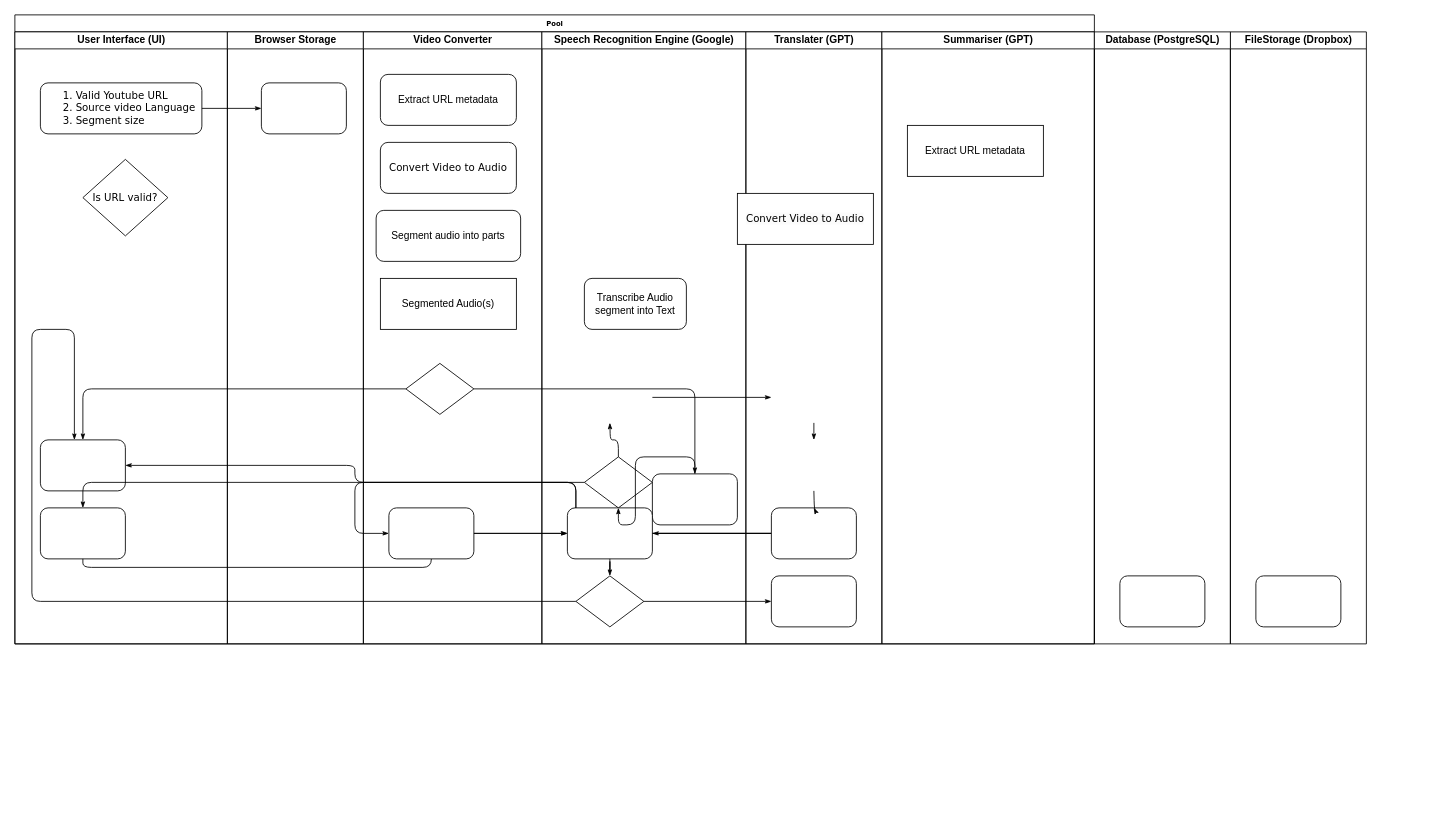
anuragkandulna/text-gpt keeps this draw.io diagram as Flowchart.drawio. Above is the earlier version. Source tidied: cells renumbered, new cells numbered last; positions are measured from the earlier drawing's top-left corner, leaving out a move shared by most shapes. Both pictures are drawn from the tidied source at 85%, with x=0, y=0 at pixel (14, 14).
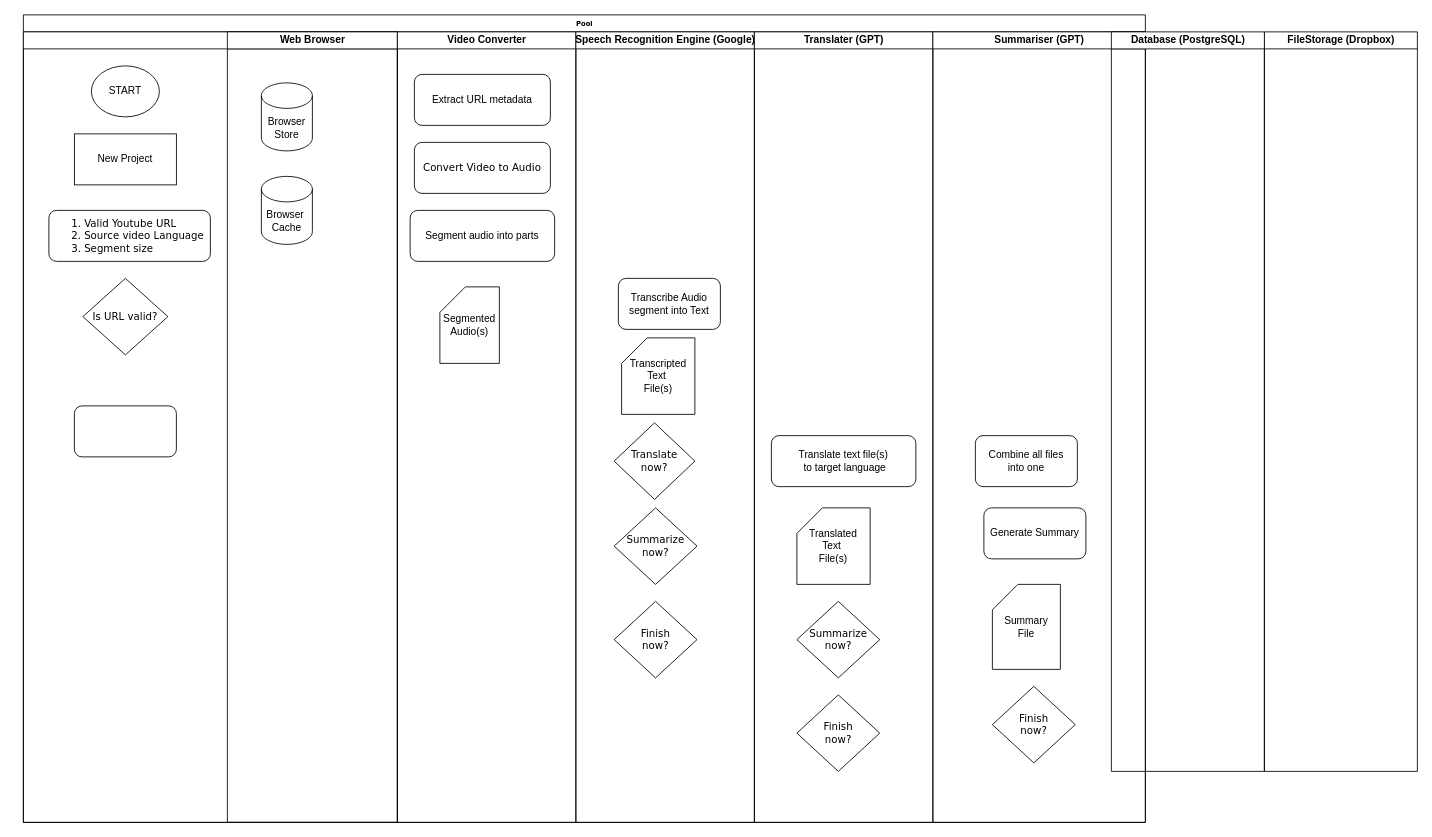
After the change.

What changed in the source:
```diff
@@
     <mxCell id="2" value="Pool" style="swimlane;html=1;startSize=20;rounded=0;shadow=0;labelBackgroundColor=none;strokeWidth=1;fontFamily=Verdana;fontSize=8;align=center;" parent="1" vertex="1">
-      <mxGeometry width="1270" height="740" as="geometry" />
+      <mxGeometry x="10" width="1320" height="950" as="geometry" />
     </mxCell>
-    <mxCell id="3" value="User Interface (UI)" style="swimlane;html=1;startSize=20;" parent="2" vertex="1">
-      <mxGeometry y="20" width="250" height="720" as="geometry" />
+    <mxCell id="3" style="swimlane;html=1;startSize=20;" parent="2" vertex="1">
+      <mxGeometry y="20" width="440" height="930" as="geometry" />
     </mxCell>
     <mxCell id="4" value="&lt;ol style=&quot;font-size: 12px;&quot;&gt;&lt;li&gt;&lt;span style=&quot;&quot;&gt;Valid Youtube URL&lt;/span&gt;&lt;br&gt;&lt;/li&gt;&lt;li style=&quot;&quot;&gt;Source video Language&lt;/li&gt;&lt;li style=&quot;&quot;&gt;Segment size&lt;/li&gt;&lt;/ol&gt;" style="rounded=1;whiteSpace=wrap;html=1;shadow=0;labelBackgroundColor=none;strokeWidth=1;fontFamily=Verdana;fontSize=14;align=left;" parent="3" vertex="1">
-      <mxGeometry x="30" y="60" width="190" height="60" as="geometry" />
+      <mxGeometry x="30" y="210" width="190" height="60" as="geometry" />
     </mxCell>
-    <mxCell id="5" style="rounded=1;whiteSpace=wrap;html=1;shadow=0;labelBackgroundColor=none;strokeWidth=1;fontFamily=Verdana;fontSize=8;align=center;" parent="3" vertex="1">
-      <mxGeometry x="30" y="480" width="100" height="60" as="geometry" />
-    </mxCell>
-    <mxCell id="6" style="rounded=1;whiteSpace=wrap;html=1;shadow=0;labelBackgroundColor=none;strokeWidth=1;fontFamily=Verdana;fontSize=8;align=center;" parent="3" vertex="1">
-      <mxGeometry x="30" y="560" width="100" height="60" as="geometry" />
-    </mxCell>
     <mxCell id="7" value="Is URL valid?" style="rhombus;whiteSpace=wrap;html=1;rounded=0;shadow=0;labelBackgroundColor=none;strokeWidth=1;fontFamily=Verdana;fontSize=12;align=center;" parent="3" vertex="1">
-      <mxGeometry x="80" y="150" width="100" height="90" as="geometry" />
+      <mxGeometry x="70" y="290" width="100" height="90" as="geometry" />
     </mxCell>
-    <mxCell id="8" style="edgeStyle=orthogonalEdgeStyle;rounded=1;html=1;labelBackgroundColor=none;startArrow=none;startFill=0;startSize=5;endArrow=classicThin;endFill=1;endSize=5;jettySize=auto;strokeWidth=1;fontFamily=Verdana;fontSize=8;" parent="2" edge="1" source="4" target="21">
-      <mxGeometry relative="1" as="geometry" />
-    </mxCell>
-    <mxCell id="9" style="edgeStyle=orthogonalEdgeStyle;rounded=1;html=1;labelBackgroundColor=none;startArrow=none;startFill=0;startSize=5;endArrow=classicThin;endFill=1;endSize=5;jettySize=auto;strokeWidth=1;fontFamily=Verdana;fontSize=8;" parent="2" edge="1" source="24" target="5">
-      <mxGeometry relative="1" as="geometry" />
-    </mxCell>
-    <mxCell id="10" style="edgeStyle=orthogonalEdgeStyle;rounded=1;html=1;labelBackgroundColor=none;startArrow=none;startFill=0;startSize=5;endArrow=classicThin;endFill=1;endSize=5;jettySize=auto;strokeWidth=1;fontFamily=Verdana;fontSize=8;" parent="2" edge="1" source="31" target="5">
-      <mxGeometry relative="1" as="geometry" />
-    </mxCell>
-    <mxCell id="11" style="edgeStyle=orthogonalEdgeStyle;rounded=1;html=1;labelBackgroundColor=none;startArrow=none;startFill=0;startSize=5;endArrow=classicThin;endFill=1;endSize=5;jettySize=auto;strokeWidth=1;fontFamily=Verdana;fontSize=8;" parent="2" edge="1" source="33" target="5">
-      <mxGeometry relative="1" as="geometry">
-        <Array as="points">
-          <mxPoint x="20" y="690" />
-          <mxPoint x="20" y="370" />
-          <mxPoint x="70" y="370" />
-        </Array>
-      </mxGeometry>
-    </mxCell>
-    <mxCell id="12" style="edgeStyle=orthogonalEdgeStyle;rounded=1;html=1;labelBackgroundColor=none;startArrow=none;startFill=0;startSize=5;endArrow=classicThin;endFill=1;endSize=5;jettySize=auto;strokeWidth=1;fontFamily=Verdana;fontSize=8;" parent="2" edge="1" source="24" target="30">
-      <mxGeometry relative="1" as="geometry" />
-    </mxCell>
-    <mxCell id="13" style="edgeStyle=orthogonalEdgeStyle;rounded=1;html=1;labelBackgroundColor=none;startArrow=none;startFill=0;startSize=5;endArrow=classicThin;endFill=1;endSize=5;jettySize=auto;strokeWidth=1;fontFamily=Verdana;fontSize=8;" parent="2" edge="1" source="33" target="40">
-      <mxGeometry relative="1" as="geometry" />
-    </mxCell>
-    <mxCell id="14" style="edgeStyle=orthogonalEdgeStyle;rounded=1;html=1;labelBackgroundColor=none;startArrow=none;startFill=0;startSize=5;endArrow=classicThin;endFill=1;endSize=5;jettySize=auto;orthogonalLoop=1;strokeWidth=1;fontFamily=Verdana;fontSize=8;" parent="2" edge="1">
-      <mxGeometry relative="1" as="geometry">
-        <mxPoint x="750" y="450" as="sourcePoint" />
-        <mxPoint x="890" y="450" as="targetPoint" />
-      </mxGeometry>
-    </mxCell>
-    <mxCell id="15" style="edgeStyle=orthogonalEdgeStyle;rounded=1;html=1;labelBackgroundColor=none;startArrow=none;startFill=0;startSize=5;endArrow=classicThin;endFill=1;endSize=5;jettySize=auto;strokeWidth=1;fontFamily=Verdana;fontSize=8;" parent="2" edge="1" source="39" target="25">
-      <mxGeometry relative="1" as="geometry">
-        <Array as="points">
-          <mxPoint x="660" y="610" />
-          <mxPoint x="660" y="550" />
-          <mxPoint x="400" y="550" />
-        </Array>
-      </mxGeometry>
-    </mxCell>
-    <mxCell id="16" style="edgeStyle=orthogonalEdgeStyle;rounded=1;html=1;labelBackgroundColor=none;startArrow=none;startFill=0;startSize=5;endArrow=classicThin;endFill=1;endSize=5;jettySize=auto;strokeColor=#000000;strokeWidth=1;fontFamily=Verdana;fontSize=8;fontColor=#000000;" parent="2" edge="1" source="39" target="32">
-      <mxGeometry relative="1" as="geometry" />
-    </mxCell>
-    <mxCell id="17" style="edgeStyle=orthogonalEdgeStyle;rounded=1;html=1;labelBackgroundColor=none;startArrow=none;startFill=0;startSize=5;endArrow=classicThin;endFill=1;endSize=5;jettySize=auto;strokeWidth=1;fontFamily=Verdana;fontSize=8;" parent="2" edge="1" source="39" target="6">
-      <mxGeometry relative="1" as="geometry">
-        <Array as="points">
-          <mxPoint x="660" y="610" />
-          <mxPoint x="660" y="550" />
-          <mxPoint x="80" y="550" />
-        </Array>
-      </mxGeometry>
-    </mxCell>
-    <mxCell id="18" style="edgeStyle=orthogonalEdgeStyle;rounded=1;html=1;labelBackgroundColor=none;startArrow=none;startFill=0;startSize=5;endArrow=classicThin;endFill=1;endSize=5;jettySize=auto;strokeWidth=1;fontFamily=Verdana;fontSize=8;" parent="2" edge="1" source="6" target="32">
-      <mxGeometry relative="1" as="geometry">
-        <Array as="points">
-          <mxPoint x="80" y="650" />
-          <mxPoint x="490" y="650" />
-          <mxPoint x="490" y="610" />
-        </Array>
-      </mxGeometry>
-    </mxCell>
-    <mxCell id="19" style="edgeStyle=orthogonalEdgeStyle;rounded=1;html=1;labelBackgroundColor=none;startArrow=none;startFill=0;startSize=5;endArrow=classicThin;endFill=1;endSize=5;jettySize=auto;strokeWidth=1;fontFamily=Verdana;fontSize=8;" parent="2" edge="1" source="25" target="32">
-      <mxGeometry relative="1" as="geometry" />
-    </mxCell>
+    <mxCell id="50" style="rounded=1;whiteSpace=wrap;html=1;" parent="3" vertex="1">
+      <mxGeometry x="60" y="440" width="120" height="60" as="geometry" />
+    </mxCell>
+    <mxCell id="51" value="START" style="ellipse;whiteSpace=wrap;html=1;" parent="3" vertex="1">
+      <mxGeometry x="80" y="40" width="80" height="60" as="geometry" />
+    </mxCell>
+    <mxCell id="52" value="New Project" style="rounded=0;whiteSpace=wrap;html=1;" parent="3" vertex="1">
+      <mxGeometry x="60" y="120" width="120" height="60" as="geometry" />
+    </mxCell>
-    <mxCell id="20" value="Browser Storage" style="swimlane;html=1;startSize=20;" parent="2" vertex="1">
-      <mxGeometry x="250" y="20" width="160" height="720" as="geometry" />
+    <mxCell id="20" value="Web Browser" style="swimlane;html=1;startSize=20;" parent="3" vertex="1">
+      <mxGeometry x="240" width="200" height="930" as="geometry" />
     </mxCell>
-    <mxCell id="21" style="rounded=1;whiteSpace=wrap;html=1;shadow=0;labelBackgroundColor=none;strokeWidth=1;fontFamily=Verdana;fontSize=8;align=center;" parent="20" vertex="1">
-      <mxGeometry x="40" y="60" width="100" height="60" as="geometry" />
-    </mxCell>
+    <mxCell id="53" value="Browser&amp;nbsp;&lt;div&gt;Cache&lt;/div&gt;" style="shape=cylinder3;whiteSpace=wrap;html=1;boundedLbl=1;backgroundOutline=1;size=15;" parent="20" vertex="1">
+      <mxGeometry x="40" y="170" width="60" height="80" as="geometry" />
+    </mxCell>
+    <mxCell id="54" value="Browser Store" style="shape=cylinder3;whiteSpace=wrap;html=1;boundedLbl=1;backgroundOutline=1;size=15;" parent="20" vertex="1">
+      <mxGeometry x="40" y="60" width="60" height="80" as="geometry" />
+    </mxCell>
     <mxCell id="22" value="Video Converter" style="swimlane;html=1;startSize=20;" parent="2" vertex="1">
-      <mxGeometry x="410" y="20" width="210" height="720" as="geometry" />
+      <mxGeometry x="440" y="20" width="210" height="930" as="geometry" />
     </mxCell>
@@
-    <mxCell id="24" style="rhombus;whiteSpace=wrap;html=1;rounded=0;shadow=0;labelBackgroundColor=none;strokeWidth=1;fontFamily=Verdana;fontSize=8;align=center;" parent="22" vertex="1">
-      <mxGeometry x="50" y="390" width="80" height="60" as="geometry" />
-    </mxCell>
-    <mxCell id="25" style="rounded=1;whiteSpace=wrap;html=1;shadow=0;labelBackgroundColor=none;strokeWidth=1;fontFamily=Verdana;fontSize=8;align=center;" parent="22" vertex="1">
-      <mxGeometry x="30" y="560" width="100" height="60" as="geometry" />
-    </mxCell>
@@
-    <mxCell id="28" value="Segmented Audio(s)" style="rounded=0;whiteSpace=wrap;html=1;" parent="22" vertex="1">
-      <mxGeometry x="20" y="290" width="160" height="60" as="geometry" />
+    <mxCell id="28" value="Segmented&lt;div&gt;Audio(s)&lt;/div&gt;" style="shape=card;whiteSpace=wrap;html=1;" parent="22" vertex="1">
+      <mxGeometry x="50" y="300" width="70" height="90" as="geometry" />
     </mxCell>
     <mxCell id="29" value="Speech Recognition Engine (Google)" style="swimlane;html=1;startSize=20;" parent="2" vertex="1">
-      <mxGeometry x="620" y="20" width="240" height="720" as="geometry" />
+      <mxGeometry x="650" y="20" width="210" height="930" as="geometry" />
     </mxCell>
-    <mxCell id="30" style="rounded=1;whiteSpace=wrap;html=1;shadow=0;labelBackgroundColor=none;strokeWidth=1;fontFamily=Verdana;fontSize=8;align=center;" parent="29" vertex="1">
-      <mxGeometry x="130" y="520" width="100" height="60" as="geometry" />
-    </mxCell>
-    <mxCell id="31" style="rhombus;whiteSpace=wrap;html=1;rounded=0;shadow=0;labelBackgroundColor=none;strokeWidth=1;fontFamily=Verdana;fontSize=8;align=center;" parent="29" vertex="1">
-      <mxGeometry x="50" y="500" width="80" height="60" as="geometry" />
-    </mxCell>
-    <mxCell id="32" style="rounded=1;whiteSpace=wrap;html=1;shadow=0;labelBackgroundColor=none;strokeWidth=1;fontFamily=Verdana;fontSize=8;align=center;" parent="29" vertex="1">
-      <mxGeometry x="30" y="560" width="100" height="60" as="geometry" />
-    </mxCell>
-    <mxCell id="33" style="rhombus;whiteSpace=wrap;html=1;rounded=0;shadow=0;labelBackgroundColor=none;strokeWidth=1;fontFamily=Verdana;fontSize=8;align=center;" parent="29" vertex="1">
-      <mxGeometry x="40" y="640" width="80" height="60" as="geometry" />
-    </mxCell>
-    <mxCell id="34" style="edgeStyle=orthogonalEdgeStyle;rounded=1;html=1;labelBackgroundColor=none;startArrow=none;startFill=0;startSize=5;endArrow=classicThin;endFill=1;endSize=5;jettySize=auto;strokeColor=#000000;strokeWidth=1;fontFamily=Verdana;fontSize=8;fontColor=#000000;" parent="29" edge="1" source="30" target="31">
-      <mxGeometry relative="1" as="geometry" />
-    </mxCell>
-    <mxCell id="35" style="edgeStyle=orthogonalEdgeStyle;rounded=1;html=1;labelBackgroundColor=none;startArrow=none;startFill=0;startSize=5;endArrow=classicThin;endFill=1;endSize=5;jettySize=auto;strokeWidth=1;fontFamily=Verdana;fontSize=8;" parent="29" edge="1" source="31">
-      <mxGeometry relative="1" as="geometry">
-        <mxPoint x="80" y="460" as="targetPoint" />
-      </mxGeometry>
-    </mxCell>
-    <mxCell id="36" style="edgeStyle=orthogonalEdgeStyle;rounded=1;html=1;labelBackgroundColor=none;startArrow=none;startFill=0;startSize=5;endArrow=classicThin;endFill=1;endSize=5;jettySize=auto;strokeWidth=1;fontFamily=Verdana;fontSize=8;" parent="29" edge="1" source="32" target="33">
-      <mxGeometry relative="1" as="geometry" />
-    </mxCell>
@@
+    <mxCell id="55" value="Translate&lt;div&gt;now?&lt;/div&gt;" style="rhombus;whiteSpace=wrap;html=1;rounded=0;shadow=0;labelBackgroundColor=none;strokeWidth=1;fontFamily=Verdana;fontSize=12;align=center;" parent="29" vertex="1">
+      <mxGeometry x="45" y="460" width="95" height="90" as="geometry" />
+    </mxCell>
+    <mxCell id="56" value="Summarize&lt;div&gt;now?&lt;/div&gt;" style="rhombus;whiteSpace=wrap;html=1;rounded=0;shadow=0;labelBackgroundColor=none;strokeWidth=1;fontFamily=Verdana;fontSize=12;align=center;" parent="29" vertex="1">
+      <mxGeometry x="45" y="560" width="97.5" height="90" as="geometry" />
+    </mxCell>
+    <mxCell id="57" value="Finish&lt;div&gt;now?&lt;/div&gt;" style="rhombus;whiteSpace=wrap;html=1;rounded=0;shadow=0;labelBackgroundColor=none;strokeWidth=1;fontFamily=Verdana;fontSize=12;align=center;" parent="29" vertex="1">
+      <mxGeometry x="45" y="670" width="97.5" height="90" as="geometry" />
+    </mxCell>
+    <mxCell id="58" value="Transcripted&lt;div&gt;Text&amp;nbsp;&lt;/div&gt;&lt;div&gt;File(s)&lt;/div&gt;" style="shape=card;whiteSpace=wrap;html=1;" parent="29" vertex="1">
+      <mxGeometry x="53.8" y="360" width="86.2" height="90" as="geometry" />
+    </mxCell>
     <mxCell id="38" value="Translater (GPT)" style="swimlane;html=1;startSize=20;" parent="2" vertex="1">
-      <mxGeometry x="860" y="20" width="160" height="720" as="geometry" />
+      <mxGeometry x="860" y="20" width="210" height="930" as="geometry" />
     </mxCell>
-    <mxCell id="39" style="rounded=1;whiteSpace=wrap;html=1;shadow=0;labelBackgroundColor=none;strokeWidth=1;fontFamily=Verdana;fontSize=8;align=center;" parent="38" vertex="1">
-      <mxGeometry x="30" y="560" width="100" height="60" as="geometry" />
-    </mxCell>
-    <mxCell id="40" style="rounded=1;whiteSpace=wrap;html=1;shadow=0;labelBackgroundColor=none;strokeWidth=1;fontFamily=Verdana;fontSize=8;align=center;" parent="38" vertex="1">
-      <mxGeometry x="30" y="640" width="100" height="60" as="geometry" />
-    </mxCell>
-    <mxCell id="41" style="edgeStyle=orthogonalEdgeStyle;rounded=1;html=1;labelBackgroundColor=none;startArrow=none;startFill=0;startSize=5;endArrow=classicThin;endFill=1;endSize=5;jettySize=auto;orthogonalLoop=1;strokeWidth=1;fontFamily=Verdana;fontSize=8;" parent="38" edge="1">
-      <mxGeometry relative="1" as="geometry">
-        <mxPoint x="80" y="460" as="sourcePoint" />
-        <mxPoint x="80" y="480" as="targetPoint" />
-      </mxGeometry>
-    </mxCell>
-    <mxCell id="42" style="edgeStyle=orthogonalEdgeStyle;rounded=1;html=1;labelBackgroundColor=none;startArrow=none;startFill=0;startSize=5;endArrow=classicThin;endFill=1;endSize=5;jettySize=auto;strokeWidth=1;fontFamily=Verdana;fontSize=8;" parent="38" edge="1" target="39">
-      <mxGeometry relative="1" as="geometry">
-        <mxPoint x="80" y="540" as="sourcePoint" />
-      </mxGeometry>
-    </mxCell>
-    <mxCell id="43" value="&lt;span style=&quot;caret-color: rgb(0, 0, 0); color: rgb(0, 0, 0); font-family: Verdana; font-size: 12px; font-style: normal; font-variant-caps: normal; font-weight: 400; letter-spacing: normal; orphans: auto; text-align: center; text-indent: 0px; text-transform: none; white-space: normal; widows: auto; word-spacing: 0px; -webkit-text-stroke-width: 0px; background-color: rgb(251, 251, 251); text-decoration: none; display: inline !important; float: none;&quot;&gt;Convert Video to Audio&lt;/span&gt;" style="rounded=0;whiteSpace=wrap;html=1;" parent="38" vertex="1">
-      <mxGeometry x="-10" y="190" width="160" height="60" as="geometry" />
-    </mxCell>
+    <mxCell id="59" value="Translate text file(s)&lt;div&gt;&amp;nbsp;to target language&lt;/div&gt;" style="rounded=1;whiteSpace=wrap;html=1;" parent="38" vertex="1">
+      <mxGeometry x="20" y="475" width="170" height="60" as="geometry" />
+    </mxCell>
+    <mxCell id="60" value="Translated&lt;div&gt;Text&amp;nbsp;&lt;/div&gt;&lt;div&gt;File(s)&lt;/div&gt;" style="shape=card;whiteSpace=wrap;html=1;" parent="38" vertex="1">
+      <mxGeometry x="50" y="560" width="86.2" height="90" as="geometry" />
+    </mxCell>
+    <mxCell id="61" value="Summarize&lt;div&gt;now?&lt;/div&gt;" style="rhombus;whiteSpace=wrap;html=1;rounded=0;shadow=0;labelBackgroundColor=none;strokeWidth=1;fontFamily=Verdana;fontSize=12;align=center;" parent="38" vertex="1">
+      <mxGeometry x="50" y="670" width="97.5" height="90" as="geometry" />
+    </mxCell>
+    <mxCell id="62" value="Finish&lt;div&gt;now?&lt;/div&gt;" style="rhombus;whiteSpace=wrap;html=1;rounded=0;shadow=0;labelBackgroundColor=none;strokeWidth=1;fontFamily=Verdana;fontSize=12;align=center;" parent="38" vertex="1">
+      <mxGeometry x="50" y="780" width="97.5" height="90" as="geometry" />
+    </mxCell>
     <mxCell id="44" value="Summariser (GPT)" style="swimlane;html=1;startSize=20;" parent="2" vertex="1">
-      <mxGeometry x="1020" y="20" width="250" height="720" as="geometry" />
+      <mxGeometry x="1070" y="20" width="250" height="930" as="geometry" />
     </mxCell>
-    <mxCell id="45" value="Extract URL metadata" style="rounded=0;whiteSpace=wrap;html=1;" parent="44" vertex="1">
-      <mxGeometry x="30" y="110" width="160" height="60" as="geometry" />
-    </mxCell>
+    <mxCell id="63" value="Combine all files&lt;div&gt;into one&lt;/div&gt;" style="rounded=1;whiteSpace=wrap;html=1;" parent="44" vertex="1">
+      <mxGeometry x="50" y="475" width="120" height="60" as="geometry" />
+    </mxCell>
+    <mxCell id="64" value="Generate Summary" style="rounded=1;whiteSpace=wrap;html=1;" parent="44" vertex="1">
+      <mxGeometry x="60" y="560" width="120" height="60" as="geometry" />
+    </mxCell>
+    <mxCell id="65" value="Summary&lt;div&gt;File&lt;/div&gt;" style="shape=card;whiteSpace=wrap;html=1;" parent="44" vertex="1">
+      <mxGeometry x="70" y="650" width="80" height="100" as="geometry" />
+    </mxCell>
+    <mxCell id="66" value="Finish&lt;div&gt;now?&lt;/div&gt;" style="rhombus;whiteSpace=wrap;html=1;rounded=0;shadow=0;labelBackgroundColor=none;strokeWidth=1;fontFamily=Verdana;fontSize=12;align=center;" parent="44" vertex="1">
+      <mxGeometry x="70" y="770" width="97.5" height="90" as="geometry" />
+    </mxCell>
     <mxCell id="46" value="FileStorage (Dropbox)" style="swimlane;html=1;startSize=20;" parent="1" vertex="1">
-      <mxGeometry x="1430" y="20" width="160" height="720" as="geometry" />
+      <mxGeometry x="1470" y="20" width="180" height="870" as="geometry" />
     </mxCell>
-    <mxCell id="47" style="rounded=1;whiteSpace=wrap;html=1;shadow=0;labelBackgroundColor=none;strokeWidth=1;fontFamily=Verdana;fontSize=8;align=center;" parent="46" vertex="1">
-      <mxGeometry x="30" y="640" width="100" height="60" as="geometry" />
-    </mxCell>
     <mxCell id="48" value="Database (PostgreSQL)" style="swimlane;html=1;startSize=20;" parent="1" vertex="1">
-      <mxGeometry x="1270" y="20" width="160" height="720" as="geometry" />
+      <mxGeometry x="1290" y="20" width="180" height="870" as="geometry" />
     </mxCell>
-    <mxCell id="49" style="rounded=1;whiteSpace=wrap;html=1;shadow=0;labelBackgroundColor=none;strokeWidth=1;fontFamily=Verdana;fontSize=8;align=center;" parent="48" vertex="1">
-      <mxGeometry x="30" y="640" width="100" height="60" as="geometry" />
-    </mxCell>
```
